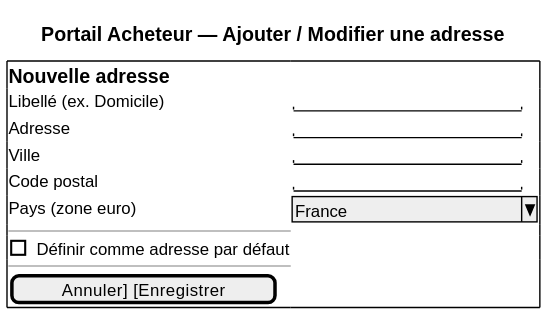
The PlantUML diagram architecture/04-physical-architecture/diagrams/ihm-pa-adresse-form.svg in louistalvande/online_shop, before a commit.
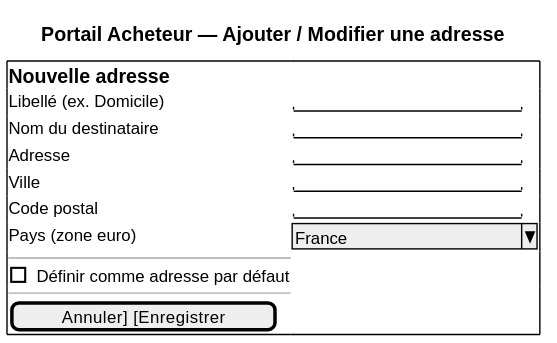
After the change.

Diff of the diagram source:
```diff
@@ -1,9 +1,11 @@
-@startsalt
+@startuml
+salt
 title Portail Acheteur — Ajouter / Modifier une adresse
 
 {+
   == Nouvelle adresse
   Libellé (ex. Domicile)   | "                    "
+  Nom du destinataire      | "                    "
   Adresse                  | "                    "
   Ville                    | "                    "
   Code postal              | "                    "
@@ -13,4 +15,4 @@
   --
   [Annuler]   [Enregistrer]
 }
-@endsalt
+@enduml
```
